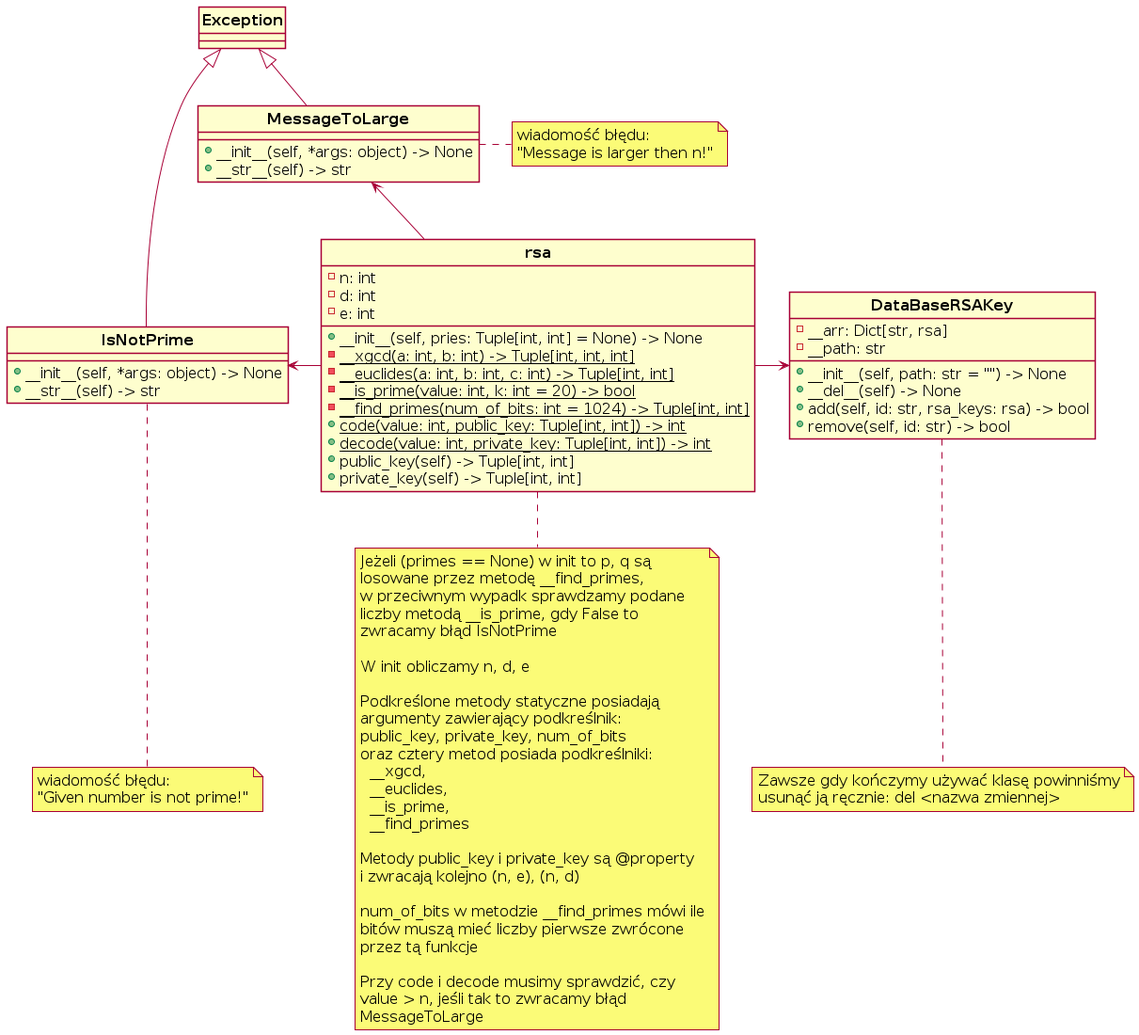
Above: uml/rsaclasses.png in pakosiek/EKO-OKNA (PlantUML), before the change.
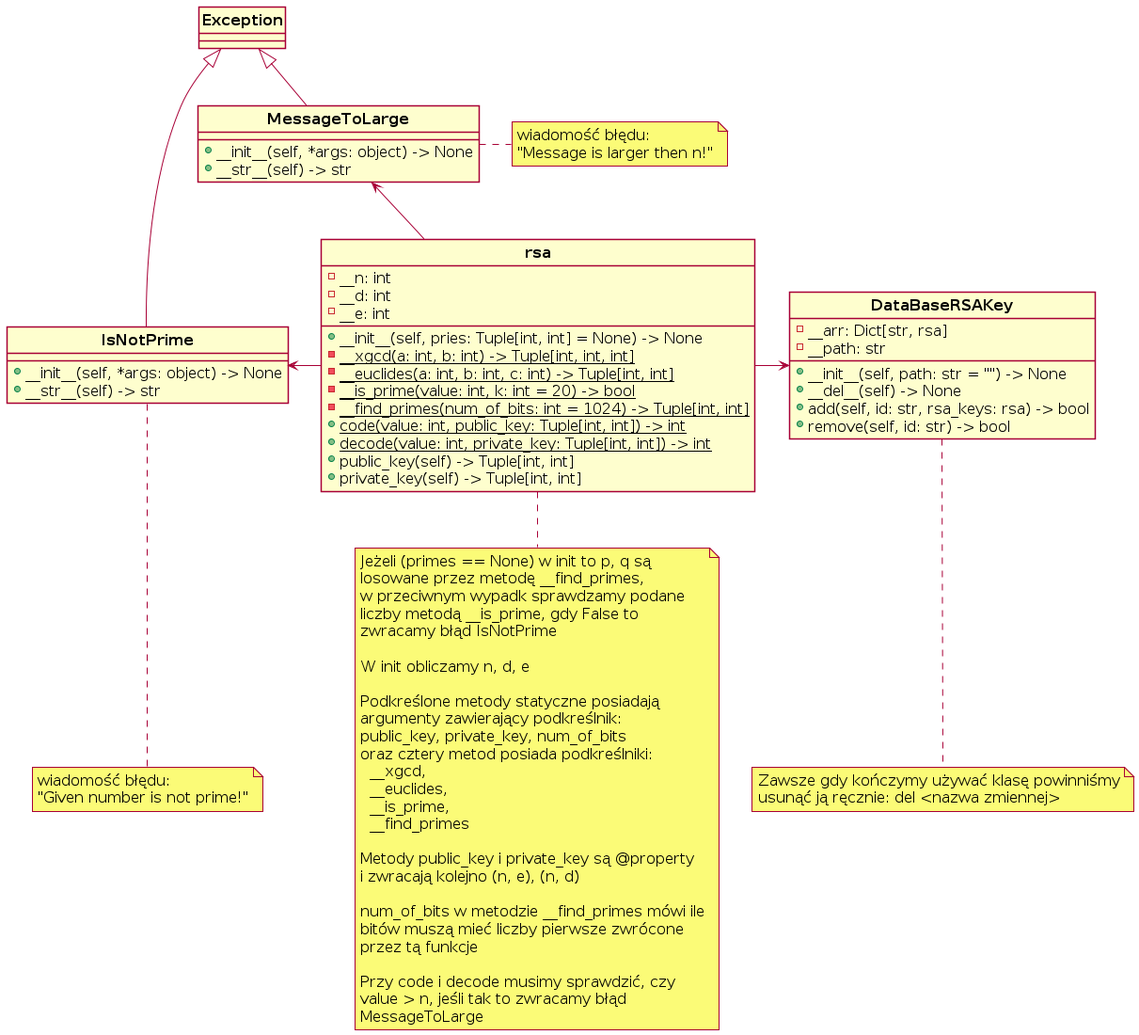
Above is the later version.

Commit message:
poprawka w nazwach zmiennych rsa

Change to the diagram source:
```diff
@@ -16,9 +16,9 @@
 }
 
 class "<b>rsa</b>" as rsa {
-    {field} - n: int
-    {field} - d: int
-    {field} - e: int
+    {field} - __n: int
+    {field} - __d: int
+    {field} - __e: int
     {method} + __init__(self, pries: Tuple[int, int] = None) -> None
     {static} - __xgcd(a: int, b: int) -> Tuple[int, int, int]
     {static} - __euclides(a: int, b: int, c: int) -> Tuple[int, int]
```
